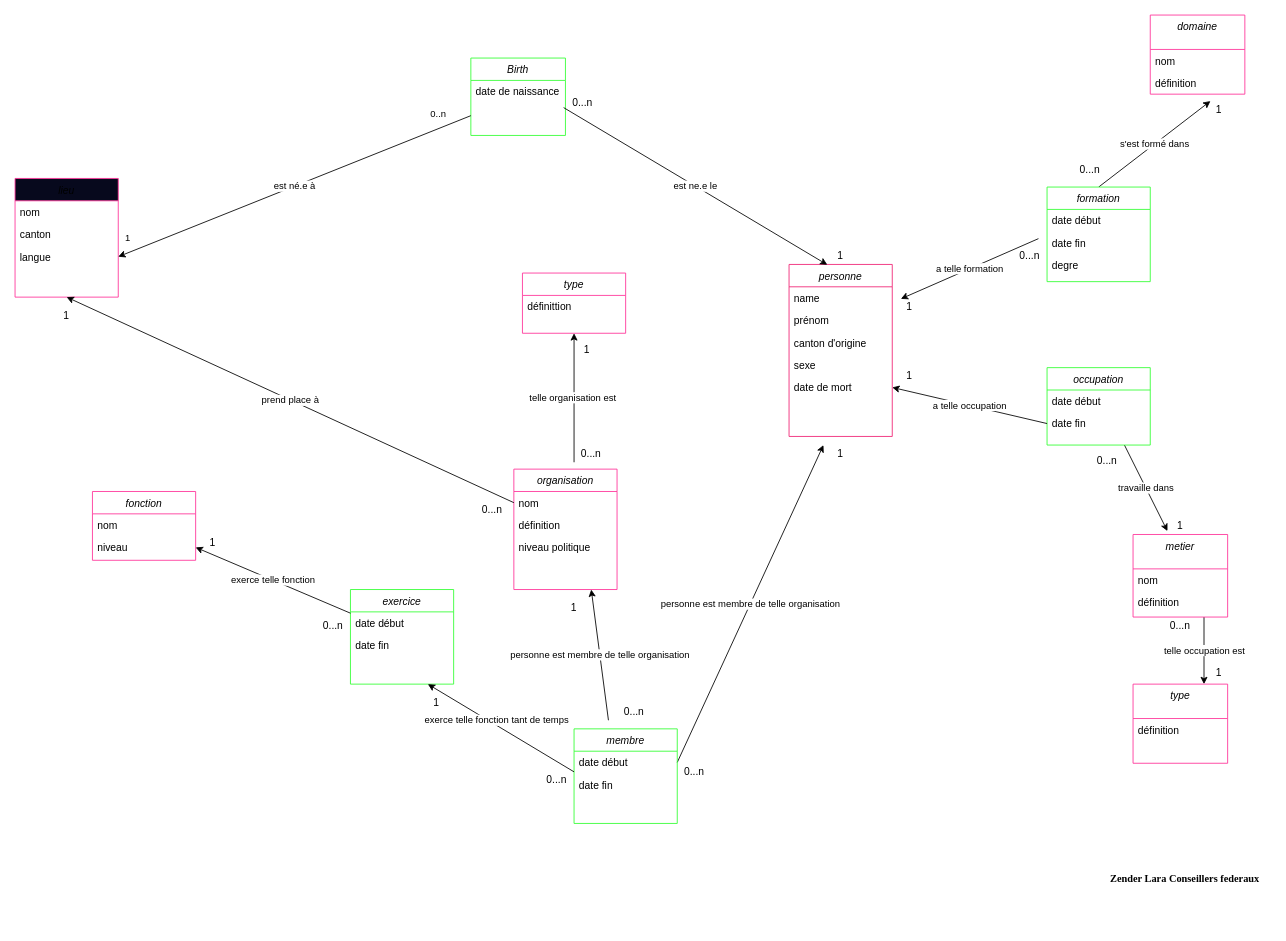
Before: MCD_to_database_conseil_federal.drawio in Sciences-historiques-numeriques/std_conseil_federal, a draw.io diagram. Source tidied: cells renumbered, new cells numbered last; positions are measured from the earlier drawing's top-left corner, leaving out a move shared by most shapes. Both pictures are drawn from the tidied source at 86%, with x=0, y=0 at pixel (15, 15).
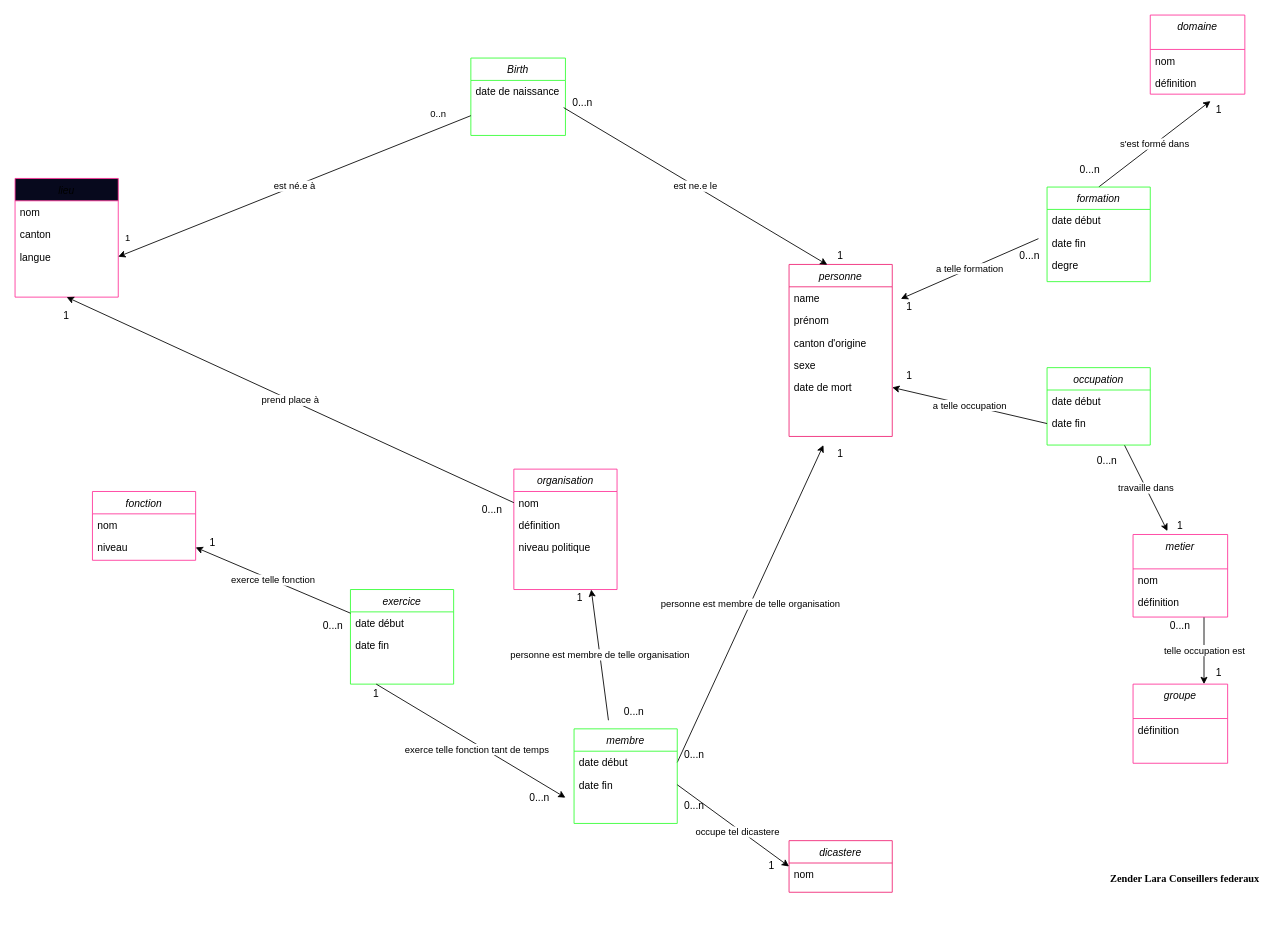
The same diagram, later.

Commit message:
mise a jour modele conceptuel

The change refers to these unchanged cells:
```xml
<mxCell id="37" value="date début" style="text;align=left;verticalAlign=top;spacingLeft=4;spacingRight=4;overflow=hidden;points=[[0,0.5],[1,0.5]];portConstraint=eastwest;" parent="36" vertex="1">
  <mxGeometry y="26" width="120" height="26" as="geometry" />
</mxCell>
<mxCell id="39" value="date fin" style="text;align=left;verticalAlign=top;spacingLeft=4;spacingRight=4;overflow=hidden;points=[[0,0.5],[1,0.5]];portConstraint=eastwest;rounded=0;shadow=0;html=0;" parent="36" vertex="1">
  <mxGeometry y="52" width="120" height="26" as="geometry" />
</mxCell>
<mxCell id="40" value="exercice" style="swimlane;fontStyle=2;align=center;verticalAlign=top;horizontal=1;startSize=26;rounded=0;shadow=0;strokeWidth=1;strokeColor=#33FF33;" parent="1" vertex="1">
  <mxGeometry x="390" y="668" width="120" height="110" as="geometry" />
</mxCell>
```

The edit, as a diff of the source:
```diff
@@
-    <mxCell id="23" value="type" style="swimlane;fontStyle=2;align=center;verticalAlign=top;horizontal=1;startSize=26;rounded=0;shadow=0;strokeWidth=1;strokeColor=#FF3399;" parent="1" vertex="1">
-      <mxGeometry x="590" y="300" width="120" height="70" as="geometry" />
-    </mxCell>
-    <mxCell id="24" value="définittion" style="text;align=left;verticalAlign=top;spacingLeft=4;spacingRight=4;overflow=hidden;" parent="23" vertex="1">
-      <mxGeometry y="26" width="120" height="26" as="geometry" />
-    </mxCell>
-    <mxCell id="25" style="edgeStyle=elbowEdgeStyle;rounded=0;orthogonalLoop=1;jettySize=auto;elbow=vertical;html=1;exitX=0;exitY=0.5;exitDx=0;exitDy=0;" parent="23" edge="1">
-      <mxGeometry relative="1" as="geometry">
-        <mxPoint y="65" as="sourcePoint" />
-        <mxPoint y="65" as="targetPoint" />
-      </mxGeometry>
-    </mxCell>
-    <mxCell id="26" value="telle organisation est&amp;nbsp;" style="edgeStyle=none;html=1;entryX=0.5;entryY=1;entryDx=0;entryDy=0;" parent="1" edge="1" target="23">
-      <mxGeometry relative="1" as="geometry">
-        <mxPoint x="650" y="520" as="sourcePoint" />
-      </mxGeometry>
-    </mxCell>
@@
     <mxCell id="53" value="1" style="text;strokeColor=none;align=center;fillColor=none;html=1;verticalAlign=middle;whiteSpace=wrap;rounded=0;" parent="1" vertex="1">
-      <mxGeometry x="630" y="680" width="40" height="20" as="geometry" />
+      <mxGeometry x="637" y="668" width="40" height="20" as="geometry" />
     </mxCell>
     <mxCell id="54" value="0...n" style="text;strokeColor=none;align=center;fillColor=none;html=1;verticalAlign=middle;whiteSpace=wrap;rounded=0;" parent="1" vertex="1">
-      <mxGeometry x="770" y="870" width="40" height="20" as="geometry" />
+      <mxGeometry x="770" y="850" width="40" height="20" as="geometry" />
     </mxCell>
@@
-    <mxCell id="56" value="exerce telle fonction tant de temps" style="edgeStyle=none;html=1;exitX=0;exitY=0.923;exitDx=0;exitDy=0;exitPerimeter=0;entryX=0.75;entryY=1;entryDx=0;entryDy=0;" parent="1" edge="1" source="37" target="40">
-      <mxGeometry x="0.09" y="-5" relative="1" as="geometry" />
+    <mxCell id="56" value="exerce telle fonction tant de temps" style="edgeStyle=none;html=1;exitX=0.25;exitY=1;exitDx=0;exitDy=0;" parent="1" edge="1" source="40">
+      <mxGeometry x="0.09" y="-5" relative="1" as="geometry">
+        <mxPoint x="640" y="910" as="targetPoint" />
+      </mxGeometry>
     </mxCell>
-    <mxCell id="57" value="0...n" style="text;strokeColor=none;align=center;fillColor=none;html=1;verticalAlign=middle;whiteSpace=wrap;rounded=0;" parent="1" vertex="1">
-      <mxGeometry x="650" y="500" width="40" height="20" as="geometry" />
-    </mxCell>
-    <mxCell id="58" value="1" style="text;strokeColor=none;align=center;fillColor=none;html=1;verticalAlign=middle;whiteSpace=wrap;rounded=0;" parent="1" vertex="1">
-      <mxGeometry x="660" y="380" width="10" height="20" as="geometry" />
-    </mxCell>
     <mxCell id="59" value="0...n" style="text;strokeColor=none;align=center;fillColor=none;html=1;verticalAlign=middle;whiteSpace=wrap;rounded=0;" parent="1" vertex="1">
-      <mxGeometry x="610" y="880" width="40" height="20" as="geometry" />
+      <mxGeometry x="590" y="900" width="40" height="20" as="geometry" />
     </mxCell>
@@
-    <mxCell id="79" value="type" style="swimlane;fontStyle=2;align=center;verticalAlign=top;horizontal=1;startSize=40;rounded=0;shadow=0;strokeWidth=1;strokeColor=#FF3399;" parent="1" vertex="1">
+    <mxCell id="79" value="groupe" style="swimlane;fontStyle=2;align=center;verticalAlign=top;horizontal=1;startSize=40;rounded=0;shadow=0;strokeWidth=1;strokeColor=#FF3399;" parent="1" vertex="1">
       <mxGeometry x="1300" y="778" width="110" height="92" as="geometry" />
     </mxCell>
@@
     <mxCell id="88" value="1" style="text;strokeColor=none;align=center;fillColor=none;html=1;verticalAlign=middle;whiteSpace=wrap;rounded=0;" parent="1" vertex="1">
-      <mxGeometry x="470" y="790" width="40" height="20" as="geometry" />
+      <mxGeometry x="400" y="780" width="40" height="20" as="geometry" />
     </mxCell>
@@
+    <mxCell id="91" value="dicastere" style="swimlane;fontStyle=2;align=center;verticalAlign=top;horizontal=1;startSize=26;rounded=0;shadow=0;strokeWidth=1;strokeColor=#F02274;" parent="1" vertex="1">
+      <mxGeometry x="900" y="960" width="120" height="60" as="geometry" />
+    </mxCell>
+    <mxCell id="92" value="nom" style="text;align=left;verticalAlign=top;spacingLeft=4;spacingRight=4;overflow=hidden;" parent="91" vertex="1">
+      <mxGeometry y="26" width="120" height="26" as="geometry" />
+    </mxCell>
+    <mxCell id="93" style="edgeStyle=elbowEdgeStyle;rounded=0;orthogonalLoop=1;jettySize=auto;elbow=vertical;html=1;exitX=0;exitY=0.5;exitDx=0;exitDy=0;" parent="91" edge="1">
+      <mxGeometry relative="1" as="geometry">
+        <mxPoint y="91" as="sourcePoint" />
+        <mxPoint y="91" as="targetPoint" />
+      </mxGeometry>
+    </mxCell>
+    <mxCell id="94" value="occupe tel dicastere" style="edgeStyle=none;html=1;exitX=1;exitY=0.5;exitDx=0;exitDy=0;entryX=0;entryY=0.5;entryDx=0;entryDy=0;" parent="1" edge="1" source="39" target="91">
+      <mxGeometry x="0.11" y="-3" relative="1" as="geometry" />
+    </mxCell>
+    <mxCell id="57" value="0...n" style="text;strokeColor=none;align=center;fillColor=none;html=1;verticalAlign=middle;whiteSpace=wrap;rounded=0;" parent="1" vertex="1">
+      <mxGeometry x="770" y="910" width="40" height="20" as="geometry" />
+    </mxCell>
+    <mxCell id="58" value="1" style="text;strokeColor=none;align=center;fillColor=none;html=1;verticalAlign=middle;whiteSpace=wrap;rounded=0;" parent="1" vertex="1">
+      <mxGeometry x="860" y="980" width="40" height="20" as="geometry" />
+    </mxCell>
```
